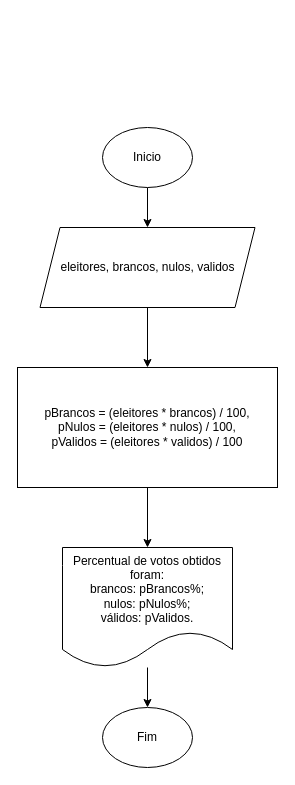
This is ex7.drawio from luanayasmim/repos-cap-unasp, a draw.io file, before an edit. Source tidied: cells renumbered, new cells numbered last; positions are measured from the earlier drawing's top-left corner, leaving out a move shared by most shapes. Both pictures are drawn from the tidied source at 100%, with x=0, y=0 at pixel (17, 127).
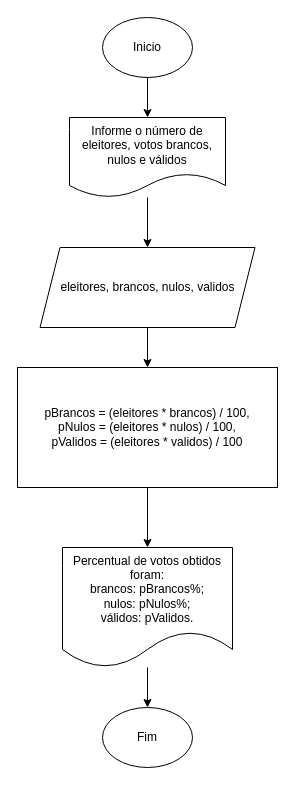
Above is the later version.

What changed in the source:
```diff
@@
 <mxGraphModel>
   <root>
     <mxCell id="0" />
     <mxCell id="1" parent="0" />
-    <mxCell id="2" style="edgeStyle=orthogonalEdgeStyle;rounded=0;jettySize=auto;html=1;" parent="1" edge="1" source="3" target="5">
-      <mxGeometry relative="1" as="geometry" />
-    </mxCell>
+    <mxCell id="11" style="edgeStyle=orthogonalEdgeStyle;rounded=0;jettySize=auto;html=1;" parent="1" edge="1" source="3" target="13">
+      <mxGeometry relative="1" as="geometry" />
+    </mxCell>
     <mxCell id="3" value="Inicio" style="ellipse;whiteSpace=wrap;html=1;" parent="1" vertex="1">
-      <mxGeometry x="85" width="90" height="60" as="geometry" />
+      <mxGeometry x="85" y="-110" width="90" height="60" as="geometry" />
     </mxCell>
     <mxCell id="4" style="edgeStyle=orthogonalEdgeStyle;rounded=0;jettySize=auto;html=1;" parent="1" edge="1" source="5" target="7">
       <mxGeometry relative="1" as="geometry" />
     </mxCell>
     <mxCell id="5" value="eleitores, brancos, nulos, validos" style="shape=parallelogram;perimeter=parallelogramPerimeter;whiteSpace=wrap;html=1;fixedSize=1;" parent="1" vertex="1">
-      <mxGeometry x="22.5" y="100" width="215" height="80" as="geometry" />
+      <mxGeometry x="22.5" y="120" width="215" height="80" as="geometry" />
     </mxCell>
     <mxCell id="6" style="edgeStyle=orthogonalEdgeStyle;rounded=0;jettySize=auto;html=1;" parent="1" edge="1" source="7" target="9">
       <mxGeometry relative="1" as="geometry" />
     </mxCell>
     <mxCell id="7" value="pBrancos = (eleitores * brancos) / 100,&lt;br&gt;pNulos = (eleitores * nulos) / 100,&lt;br&gt;pValidos = (eleitores * validos) / 100" style="rounded=0;whiteSpace=wrap;html=1;" parent="1" vertex="1">
       <mxGeometry y="240" width="260" height="120" as="geometry" />
     </mxCell>
     <mxCell id="8" style="edgeStyle=orthogonalEdgeStyle;rounded=0;jettySize=auto;html=1;" parent="1" edge="1" source="9" target="10">
       <mxGeometry relative="1" as="geometry" />
     </mxCell>
     <mxCell id="9" value="Percentual de votos obtidos foram:&lt;br&gt;brancos: pBrancos%;&lt;br&gt;nulos: pNulos%;&lt;br&gt;válidos: pValidos.&lt;br&gt;" style="shape=document;whiteSpace=wrap;html=1;boundedLbl=1;" parent="1" vertex="1">
       <mxGeometry x="45" y="420" width="170" height="120" as="geometry" />
     </mxCell>
     <mxCell id="10" value="Fim" style="ellipse;whiteSpace=wrap;html=1;" parent="1" vertex="1">
       <mxGeometry x="85" y="580" width="90" height="60" as="geometry" />
     </mxCell>
+    <mxCell id="12" style="edgeStyle=orthogonalEdgeStyle;rounded=0;jettySize=auto;html=1;" parent="1" edge="1" source="13" target="5">
+      <mxGeometry relative="1" as="geometry" />
+    </mxCell>
+    <mxCell id="13" value="Informe o número de eleitores, votos brancos, nulos e válidos" style="shape=document;whiteSpace=wrap;html=1;boundedLbl=1;" parent="1" vertex="1">
+      <mxGeometry x="52" y="-10" width="156" height="80" as="geometry" />
+    </mxCell>
   </root>
 </mxGraphModel>
```
